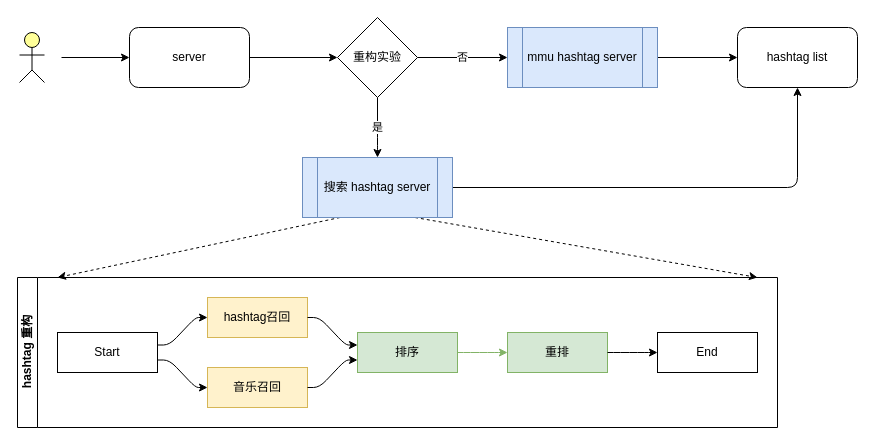
Above: hashtag-reco.drawio in AmaniCheung/draw.io (draw.io), before the change. Source tidied: cells renumbered, new cells numbered last; positions are measured from the earlier drawing's top-left corner, leaving out a move shared by most shapes. Both pictures are drawn from the tidied source at 100%, with x=0, y=0 at pixel (17, 17).
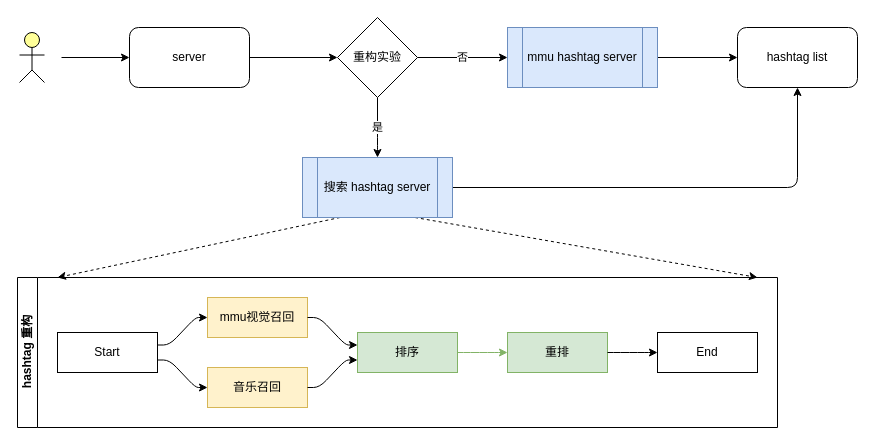
The same page after the edit.

Unchanged cells that the change refers to:
```xml
<mxCell id="2" value="hashtag 重构" style="swimlane;html=1;startSize=20;horizontal=0;flowOrientation=west;interRankCellSpacing=50;containerType=tree;fontSize=12;" parent="1" vertex="1">
  <mxGeometry y="260" width="760" height="150" as="geometry" />
</mxCell>
```

The edit, as a diff of the source:
```diff
@@
-    <mxCell id="4" value="hashtag召回" style="whiteSpace=wrap;html=1;fillColor=#fff2cc;strokeColor=#d6b656;" parent="2" vertex="1">
+    <mxCell id="4" value="mmu视觉召回" style="whiteSpace=wrap;html=1;fillColor=#fff2cc;strokeColor=#d6b656;" parent="2" vertex="1">
       <mxGeometry x="190" y="20" width="100" height="40" as="geometry" />
     </mxCell>
```
